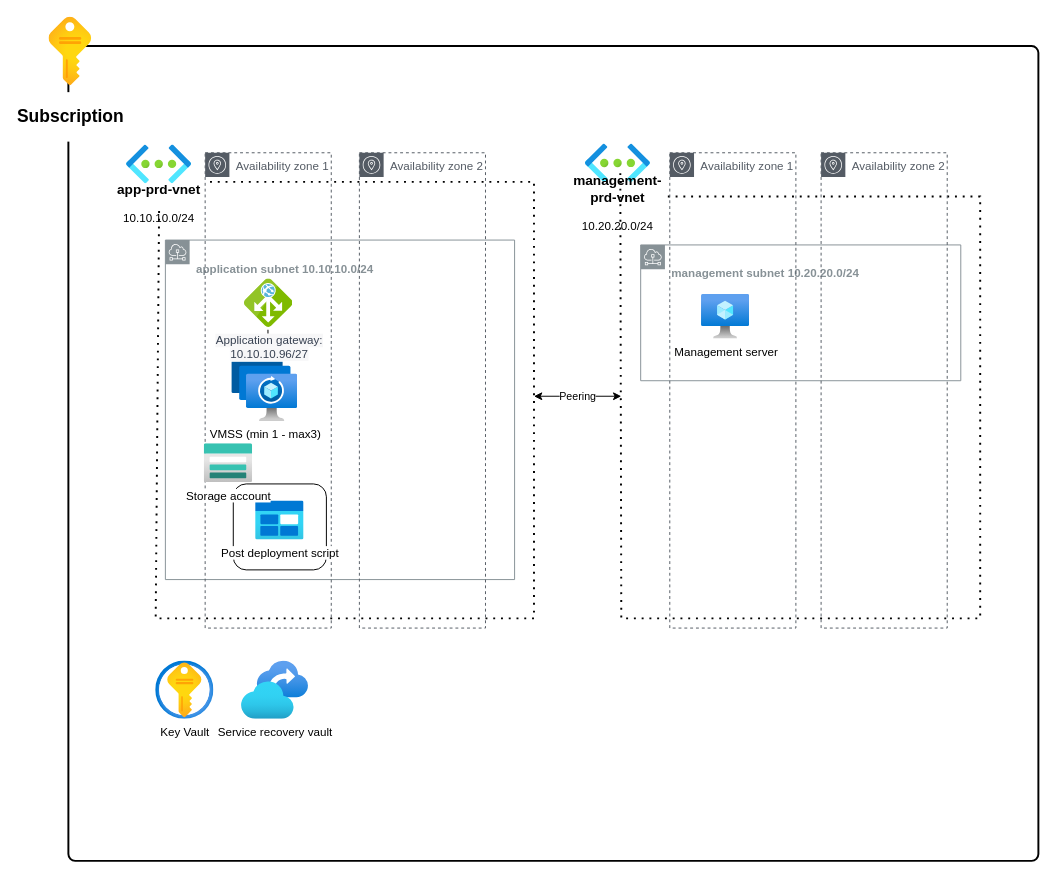
Earlier version of the draw.io diagram 11-16_PRO-01/Ontwerp Diagram.drawio (techgrounds/techgrounds-JonBoers). Source tidied: cells renumbered, new cells numbered last; positions are measured from the earlier drawing's top-left corner, leaving out a move shared by most shapes. Both pictures are drawn from the tidied source at 97%, with x=0, y=0 at pixel (48, 16).
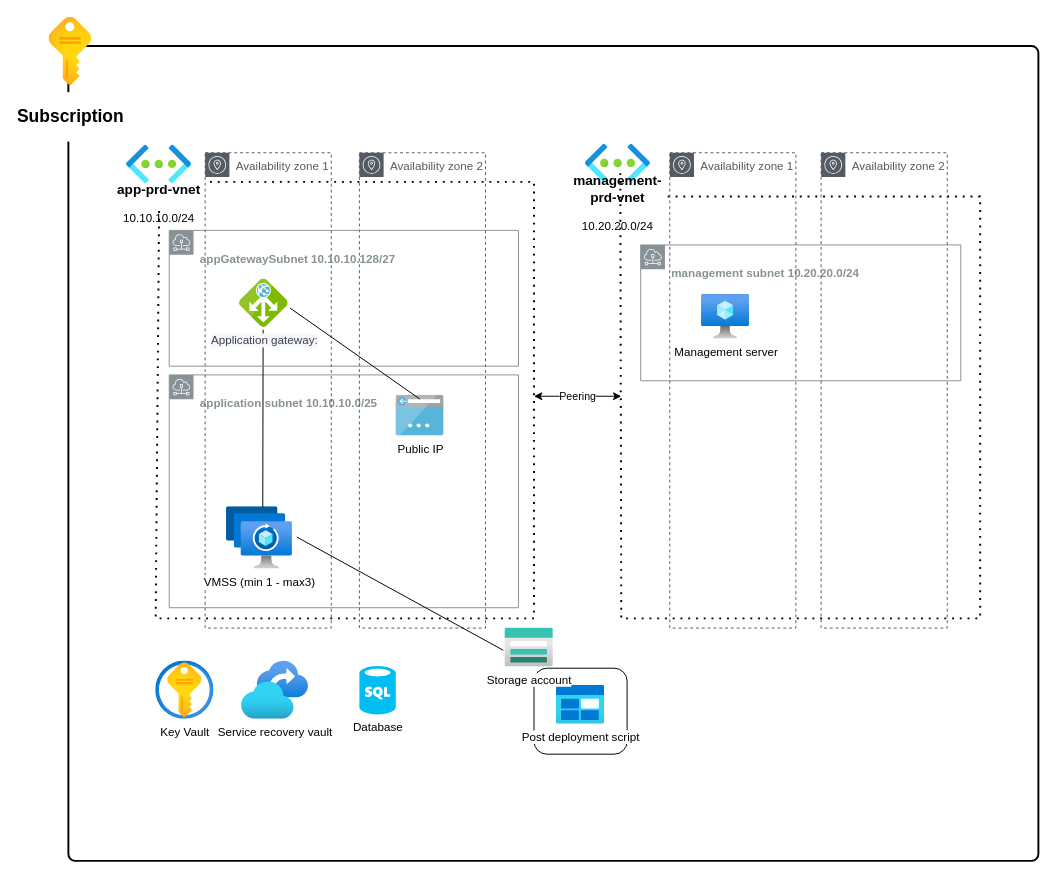
After the change.

Unchanged cells that the change refers to:
```xml
<mxCell id="24" value="Storage account" style="image;html=1;points=[];align=center;fontSize=12;image=img/lib/azure2/storage/Storage_Accounts.svg;" parent="21" vertex="1">
  <mxGeometry width="50" height="40" as="geometry" />
</mxCell>
```

Diff of the diagram source:
```diff
@@
-    <mxCell id="3" value="&lt;h4&gt;application subnet 10.10.10.0/24&lt;/h4&gt;" style="sketch=0;gradientColor=none;html=1;whiteSpace=wrap;fontSize=12;fontStyle=0;shape=mxgraph.aws4.group;grIcon=mxgraph.aws4.group_subnet;strokeColor=#879196;fillColor=none;verticalAlign=top;align=left;spacingLeft=30;fontColor=#879196;dashed=0;" parent="1" vertex="1">
-      <mxGeometry x="120" y="230" width="360" height="350" as="geometry" />
+    <mxCell id="3" value="&lt;h4&gt;application subnet 10.10.10.0/25&lt;/h4&gt;" style="sketch=0;gradientColor=none;html=1;whiteSpace=wrap;fontSize=12;fontStyle=0;shape=mxgraph.aws4.group;grIcon=mxgraph.aws4.group_subnet;strokeColor=#879196;fillColor=none;verticalAlign=top;align=left;spacingLeft=30;fontColor=#879196;dashed=0;" parent="1" vertex="1">
+      <mxGeometry x="124" y="369" width="360" height="240" as="geometry" />
     </mxCell>
@@
+    <mxCell id="25" value="VMSS (min 1 - max3)" style="html=1;points=[];align=center;image;fontSize=12;image=img/lib/azure2/networking/Spot_VMSS.svg;fontFamily=Helvetica;" parent="1" vertex="1">
+      <mxGeometry x="183" y="505" width="68" height="64" as="geometry" />
+    </mxCell>
     <mxCell id="21" style="group;" parent="1" vertex="1">
-      <mxGeometry x="160" y="440" width="126" height="130" as="geometry" />
+      <mxGeometry x="470" y="630" width="126" height="130" as="geometry" />
     </mxCell>
@@
-    <mxCell id="25" value="VMSS (min 1 - max3)" style="html=1;points=[];align=center;image;fontSize=12;image=img/lib/azure2/networking/Spot_VMSS.svg;fontFamily=Helvetica;" parent="1" vertex="1">
-      <mxGeometry x="188.5" y="353" width="68" height="64" as="geometry" />
-    </mxCell>
@@
+    <mxCell id="28" value="&lt;h4&gt;appGatewaySubnet 10.10.10.128/27&lt;/h4&gt;" style="sketch=0;gradientColor=none;html=1;whiteSpace=wrap;fontSize=12;fontStyle=0;shape=mxgraph.aws4.group;grIcon=mxgraph.aws4.group_subnet;strokeColor=#879196;fillColor=none;verticalAlign=top;align=left;spacingLeft=30;fontColor=#879196;dashed=0;" parent="1" vertex="1">
+      <mxGeometry x="124" y="220" width="360" height="140" as="geometry" />
+    </mxCell>
-    <mxCell id="27" value="&lt;span style=&quot;color: rgb(55, 65, 81); text-align: left; background-color: rgb(247, 247, 248);&quot;&gt;&lt;font style=&quot;font-size: 12px;&quot;&gt;Application gateway:&lt;br&gt;10.10.10.96/27&lt;/font&gt;&lt;br&gt;&lt;/span&gt;" style="sketch=0;html=1;points=[];align=center;image;fontSize=12;image=img/lib/mscae/Application_Gateway.svg;" parent="1" vertex="1">
-      <mxGeometry x="201.5" y="270" width="50" height="50" as="geometry" />
+    <mxCell id="27" value="&lt;span style=&quot;color: rgb(55, 65, 81); text-align: left; background-color: rgb(247, 247, 248);&quot;&gt;&lt;font style=&quot;font-size: 12px;&quot;&gt;Application gateway:&lt;/font&gt;&lt;br&gt;&lt;/span&gt;" style="sketch=0;html=1;points=[];align=center;image;fontSize=12;image=img/lib/mscae/Application_Gateway.svg;" parent="1" vertex="1">
+      <mxGeometry x="196.5" y="270" width="50" height="50" as="geometry" />
     </mxCell>
+    <mxCell id="29" value="Database" style="verticalLabelPosition=bottom;html=1;verticalAlign=top;align=center;strokeColor=none;fillColor=#00BEF2;shape=mxgraph.azure.sql_database;fontFamily=Helvetica;fontSize=12;" parent="1" vertex="1">
+      <mxGeometry x="320" y="669" width="37.5" height="50" as="geometry" />
+    </mxCell>
+    <mxCell id="30" style="endArrow=none;html=1;entryX=1.066;entryY=0.487;entryDx=0;entryDy=0;entryPerimeter=0;exitX=-0.032;exitY=0.573;exitDx=0;exitDy=0;exitPerimeter=0;" parent="1" edge="1" source="24" target="25">
+      <mxGeometry relative="1" as="geometry" />
+    </mxCell>
+    <mxCell id="31" value="Public IP" style="sketch=0;html=1;points=[];align=center;image;fontSize=12;image=img/lib/mscae/App_Service_IPAddress.svg;fontFamily=Helvetica;" parent="1" vertex="1">
+      <mxGeometry x="357.5" y="390" width="50" height="42" as="geometry" />
+    </mxCell>
+    <mxCell id="32" style="endArrow=none;html=1;entryX=1.039;entryY=0.601;entryDx=0;entryDy=0;entryPerimeter=0;exitX=0.496;exitY=0.092;exitDx=0;exitDy=0;exitPerimeter=0;" parent="1" edge="1" source="31" target="27">
+      <mxGeometry relative="1" as="geometry" />
+    </mxCell>
```
